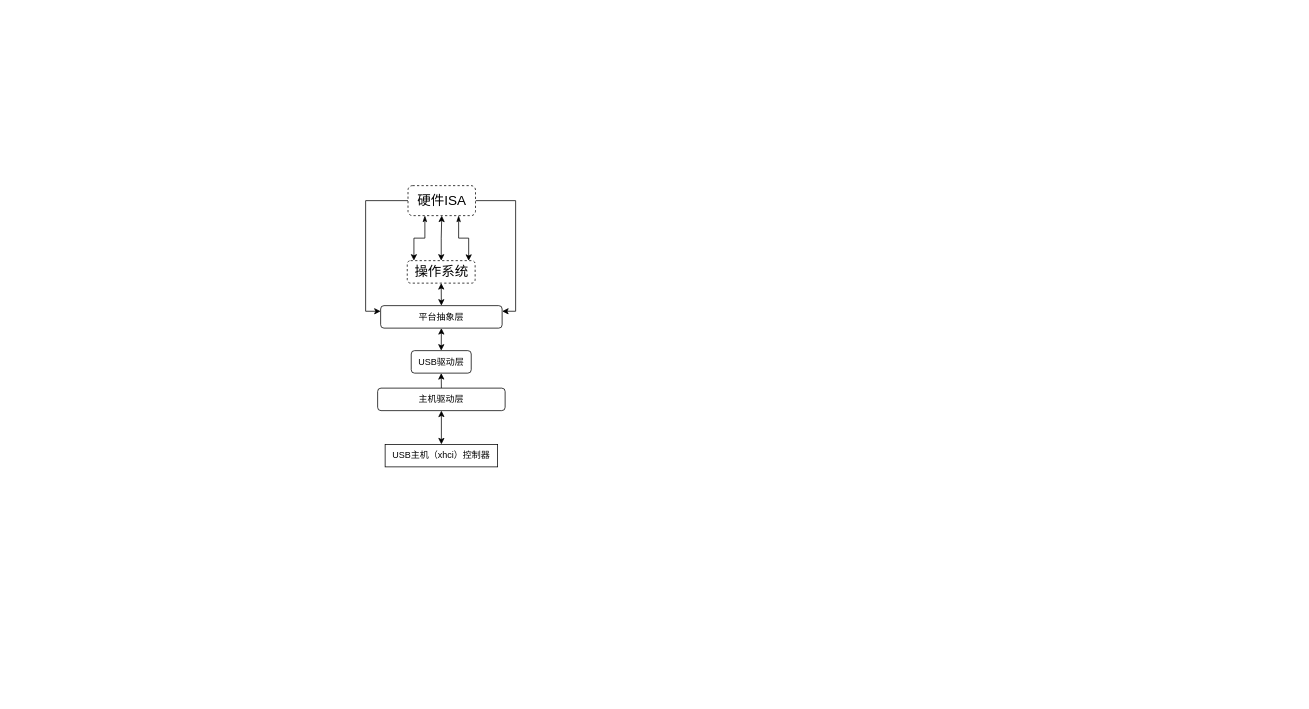
Before: article/figures/reduced_main_arch.drawio in dbydd/UUSBDriver, a draw.io diagram. Source tidied: cells renumbered, new cells numbered last; positions are measured from the earlier drawing's top-left corner, leaving out a move shared by most shapes. Both pictures are drawn from the tidied source at 75%, with x=0, y=0 at pixel (377, 185).
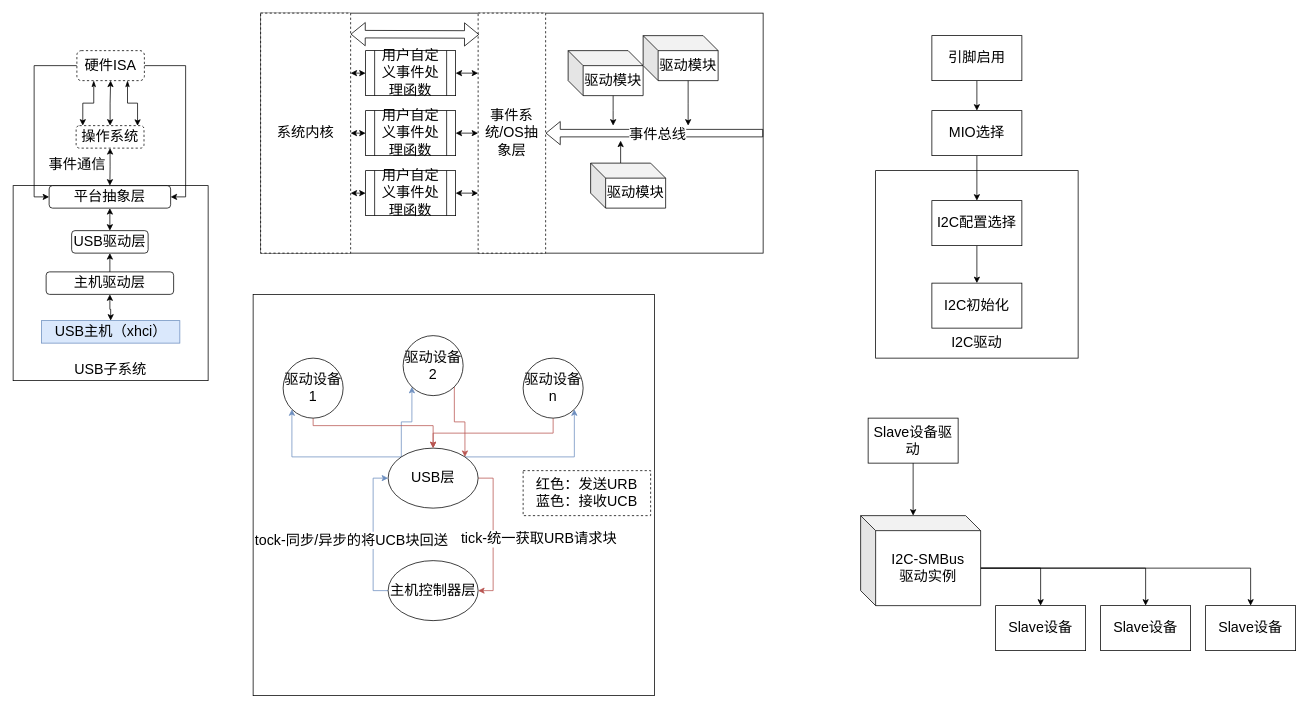
The same diagram, later.

Diff of the diagram source:
```diff
@@
+    <mxCell id="17" style="whiteSpace=wrap;html=1;fontSize=19;" parent="1" vertex="1">
+      <mxGeometry x="-166" y="145" width="535" height="535" as="geometry" />
+    </mxCell>
+    <mxCell id="18" style="group;fontSize=19;" parent="1" vertex="1">
+      <mxGeometry x="-486" y="-180" width="260" height="440" as="geometry" />
+    </mxCell>
+    <mxCell id="19" style="whiteSpace=wrap;html=1;fontSize=19;" parent="18" vertex="1">
+      <mxGeometry y="180" width="260" height="260" as="geometry" />
+    </mxCell>
-    <mxCell id="2" style="edgeStyle=orthogonalEdgeStyle;rounded=0;jettySize=auto;html=1;entryX=0.5;entryY=1;entryDx=0;entryDy=0;startArrow=classic;startFill=1;" parent="1" edge="1" source="4" target="7">
+    <mxCell id="2" style="edgeStyle=orthogonalEdgeStyle;rounded=0;jettySize=auto;html=1;entryX=0.5;entryY=1;entryDx=0;entryDy=0;startArrow=classic;startFill=1;fontSize=19;" parent="18" edge="1" source="4" target="7">
       <mxGeometry relative="1" as="geometry" />
     </mxCell>
-    <mxCell id="3" style="edgeStyle=orthogonalEdgeStyle;rounded=0;jettySize=auto;html=1;exitX=0.5;exitY=1;exitDx=0;exitDy=0;entryX=0.5;entryY=0;entryDx=0;entryDy=0;startArrow=classic;startFill=1;" parent="1" edge="1" source="4" target="16">
+    <mxCell id="3" style="edgeStyle=orthogonalEdgeStyle;rounded=0;jettySize=auto;html=1;exitX=0.5;exitY=1;exitDx=0;exitDy=0;entryX=0.5;entryY=0;entryDx=0;entryDy=0;startArrow=classic;startFill=1;fontSize=19;" parent="18" edge="1" source="4" target="16">
       <mxGeometry relative="1" as="geometry" />
     </mxCell>
+    <mxCell id="20" value="事件通信" style="edgeLabel;html=1;align=center;verticalAlign=middle;fontSize=19;" parent="3" vertex="1">
+      <mxGeometry x="-0.16" y="-1" relative="1" as="geometry">
+        <mxPoint x="-44" as="offset" />
+      </mxGeometry>
+    </mxCell>
-    <mxCell id="4" value="&lt;font style=&quot;font-size: 18px;&quot;&gt;操作系统&lt;/font&gt;" style="rounded=1;whiteSpace=wrap;html=1;dashed=1;" parent="1" vertex="1">
-      <mxGeometry x="39.5" y="100" width="90.5" height="30" as="geometry" />
+    <mxCell id="4" value="&lt;font style=&quot;font-size: 19px;&quot;&gt;操作系统&lt;/font&gt;" style="rounded=1;whiteSpace=wrap;html=1;dashed=1;fontSize=19;" parent="18" vertex="1">
+      <mxGeometry x="84" y="100" width="90.5" height="30" as="geometry" />
     </mxCell>
-    <mxCell id="5" style="edgeStyle=orthogonalEdgeStyle;rounded=0;jettySize=auto;html=1;exitX=0;exitY=0.5;exitDx=0;exitDy=0;entryX=0;entryY=0.25;entryDx=0;entryDy=0;" parent="1" edge="1" source="7" target="16">
-      <mxGeometry relative="1" as="geometry" />
-    </mxCell>
-    <mxCell id="6" style="edgeStyle=orthogonalEdgeStyle;rounded=0;jettySize=auto;html=1;exitX=1;exitY=0.5;exitDx=0;exitDy=0;entryX=1;entryY=0.25;entryDx=0;entryDy=0;" parent="1" edge="1" source="7" target="16">
-      <mxGeometry relative="1" as="geometry">
-        <Array as="points">
-          <mxPoint x="184" y="20" />
-          <mxPoint x="184" y="168" />
-        </Array>
-      </mxGeometry>
-    </mxCell>
+    <mxCell id="21" style="edgeStyle=orthogonalEdgeStyle;rounded=0;jettySize=auto;html=1;exitX=0;exitY=0.5;exitDx=0;exitDy=0;entryX=0;entryY=0.5;entryDx=0;entryDy=0;" parent="18" edge="1" source="7" target="16">
+      <mxGeometry relative="1" as="geometry" />
+    </mxCell>
+    <mxCell id="22" style="edgeStyle=orthogonalEdgeStyle;rounded=0;jettySize=auto;html=1;exitX=1;exitY=0.5;exitDx=0;exitDy=0;entryX=1;entryY=0.5;entryDx=0;entryDy=0;" parent="18" edge="1" source="7" target="16">
+      <mxGeometry relative="1" as="geometry">
+        <Array as="points">
+          <mxPoint x="230" y="20" />
+          <mxPoint x="230" y="195" />
+        </Array>
+      </mxGeometry>
+    </mxCell>
-    <mxCell id="7" value="&lt;font style=&quot;font-size: 18px;&quot;&gt;硬件ISA&lt;/font&gt;" style="rounded=1;whiteSpace=wrap;html=1;dashed=1;" parent="1" vertex="1">
-      <mxGeometry x="40.5" width="90" height="40" as="geometry" />
+    <mxCell id="7" value="&lt;font style=&quot;font-size: 19px;&quot;&gt;硬件ISA&lt;/font&gt;" style="rounded=1;whiteSpace=wrap;html=1;dashed=1;fontSize=19;" parent="18" vertex="1">
+      <mxGeometry x="85" width="90" height="40" as="geometry" />
     </mxCell>
-    <mxCell id="8" style="edgeStyle=orthogonalEdgeStyle;rounded=0;jettySize=auto;html=1;exitX=0.25;exitY=1;exitDx=0;exitDy=0;entryX=0.098;entryY=0;entryDx=0;entryDy=0;entryPerimeter=0;startArrow=classicThin;startFill=1;" parent="1" edge="1" source="7" target="4">
+    <mxCell id="8" style="edgeStyle=orthogonalEdgeStyle;rounded=0;jettySize=auto;html=1;exitX=0.25;exitY=1;exitDx=0;exitDy=0;entryX=0.098;entryY=0;entryDx=0;entryDy=0;entryPerimeter=0;startArrow=classicThin;startFill=1;fontSize=19;" parent="18" edge="1" source="7" target="4">
       <mxGeometry relative="1" as="geometry" />
     </mxCell>
-    <mxCell id="9" style="edgeStyle=orthogonalEdgeStyle;rounded=0;jettySize=auto;html=1;exitX=0.75;exitY=1;exitDx=0;exitDy=0;entryX=0.905;entryY=0.008;entryDx=0;entryDy=0;entryPerimeter=0;startArrow=classicThin;startFill=1;" parent="1" edge="1" source="7" target="4">
+    <mxCell id="9" style="edgeStyle=orthogonalEdgeStyle;rounded=0;jettySize=auto;html=1;exitX=0.75;exitY=1;exitDx=0;exitDy=0;entryX=0.905;entryY=0.008;entryDx=0;entryDy=0;entryPerimeter=0;startArrow=classicThin;startFill=1;fontSize=19;" parent="18" edge="1" source="7" target="4">
       <mxGeometry relative="1" as="geometry" />
     </mxCell>
-    <mxCell id="10" value="USB驱动层" style="rounded=1;whiteSpace=wrap;html=1;" parent="1" vertex="1">
-      <mxGeometry x="44.8" y="220" width="80" height="30" as="geometry" />
+    <mxCell id="10" value="USB驱动层" style="rounded=1;whiteSpace=wrap;html=1;fontSize=19;" parent="18" vertex="1">
+      <mxGeometry x="78" y="240" width="102" height="30" as="geometry" />
     </mxCell>
-    <mxCell id="11" style="edgeStyle=orthogonalEdgeStyle;rounded=0;jettySize=auto;html=1;entryX=0.5;entryY=0;entryDx=0;entryDy=0;startArrow=classic;startFill=1;" parent="1" edge="1" source="13" target="14">
+    <mxCell id="11" style="edgeStyle=orthogonalEdgeStyle;rounded=0;jettySize=auto;html=1;entryX=0.5;entryY=0;entryDx=0;entryDy=0;startArrow=classic;startFill=1;fontSize=19;" parent="18" edge="1" source="13" target="14">
       <mxGeometry relative="1" as="geometry" />
     </mxCell>
-    <mxCell id="12" style="edgeStyle=orthogonalEdgeStyle;rounded=0;jettySize=auto;html=1;exitX=0.5;exitY=0;exitDx=0;exitDy=0;entryX=0.5;entryY=1;entryDx=0;entryDy=0;" parent="1" edge="1" source="13" target="10">
+    <mxCell id="12" style="edgeStyle=orthogonalEdgeStyle;rounded=0;jettySize=auto;html=1;exitX=0.5;exitY=0;exitDx=0;exitDy=0;entryX=0.5;entryY=1;entryDx=0;entryDy=0;fontSize=19;" parent="18" edge="1" source="13" target="10">
       <mxGeometry relative="1" as="geometry" />
     </mxCell>
-    <mxCell id="13" value="主机驱动层" style="rounded=1;whiteSpace=wrap;html=1;strokeColor=default;" parent="1" vertex="1">
-      <mxGeometry y="270" width="170" height="30" as="geometry" />
+    <mxCell id="13" value="主机驱动层" style="rounded=1;whiteSpace=wrap;html=1;fontSize=19;" parent="18" vertex="1">
+      <mxGeometry x="44" y="295" width="170" height="30" as="geometry" />
     </mxCell>
-    <mxCell id="14" value="USB主机（xhci）控制器" style="rounded=0;whiteSpace=wrap;html=1;" parent="1" vertex="1">
-      <mxGeometry x="10" y="345" width="150" height="30" as="geometry" />
+    <mxCell id="14" value="USB主机（xhci）" style="rounded=0;whiteSpace=wrap;html=1;fontSize=19;fillColor=#dae8fc;strokeColor=#6c8ebf;" parent="18" vertex="1">
+      <mxGeometry x="37.8" y="360" width="184.5" height="30" as="geometry" />
     </mxCell>
-    <mxCell id="15" style="edgeStyle=orthogonalEdgeStyle;rounded=0;jettySize=auto;html=1;exitX=0.5;exitY=1;exitDx=0;exitDy=0;entryX=0.5;entryY=0;entryDx=0;entryDy=0;startArrow=classic;startFill=1;" parent="1" edge="1" source="16" target="10">
+    <mxCell id="15" style="edgeStyle=orthogonalEdgeStyle;rounded=0;jettySize=auto;html=1;exitX=0.5;exitY=1;exitDx=0;exitDy=0;entryX=0.5;entryY=0;entryDx=0;entryDy=0;startArrow=classic;startFill=1;fontSize=19;" parent="18" edge="1" source="16" target="10">
       <mxGeometry relative="1" as="geometry" />
     </mxCell>
-    <mxCell id="16" value="平台抽象层" style="rounded=1;whiteSpace=wrap;html=1;" parent="1" vertex="1">
-      <mxGeometry x="4" y="160" width="162" height="30" as="geometry" />
+    <mxCell id="16" value="平台抽象层" style="rounded=1;whiteSpace=wrap;html=1;fontSize=19;" parent="18" vertex="1">
+      <mxGeometry x="48" y="180" width="162" height="30" as="geometry" />
     </mxCell>
+    <mxCell id="23" value="USB子系统" style="text;html=1;align=center;verticalAlign=middle;whiteSpace=wrap;rounded=0;fontSize=19;" parent="18" vertex="1">
+      <mxGeometry x="80" y="410" width="100" height="30" as="geometry" />
+    </mxCell>
+    <mxCell id="24" style="group;fontSize=19;" parent="1" vertex="1">
+      <mxGeometry x="-156" y="-230" width="670" height="320" as="geometry" />
+    </mxCell>
+    <mxCell id="25" style="rounded=0;whiteSpace=wrap;html=1;fontSize=19;" parent="24" vertex="1">
+      <mxGeometry width="670" height="320" as="geometry" />
+    </mxCell>
+    <mxCell id="26" style="edgeStyle=orthogonalEdgeStyle;rounded=0;jettySize=auto;html=1;exitX=0;exitY=0.25;exitDx=0;exitDy=0;entryX=1;entryY=0.5;entryDx=0;entryDy=0;startArrow=classic;startFill=1;fontSize=19;" parent="24" edge="1" source="29" target="36">
+      <mxGeometry relative="1" as="geometry" />
+    </mxCell>
+    <mxCell id="27" style="edgeStyle=orthogonalEdgeStyle;rounded=0;jettySize=auto;html=1;exitX=0;exitY=0.5;exitDx=0;exitDy=0;entryX=1;entryY=0.5;entryDx=0;entryDy=0;startArrow=classic;startFill=1;fontSize=19;" parent="24" edge="1" source="29" target="32">
+      <mxGeometry relative="1" as="geometry" />
+    </mxCell>
+    <mxCell id="28" style="edgeStyle=orthogonalEdgeStyle;rounded=0;jettySize=auto;html=1;exitX=0;exitY=0.75;exitDx=0;exitDy=0;entryX=1;entryY=0.5;entryDx=0;entryDy=0;startArrow=classic;startFill=1;fontSize=19;" parent="24" edge="1" source="29" target="34">
+      <mxGeometry relative="1" as="geometry" />
+    </mxCell>
+    <mxCell id="29" value="事件系统/OS抽象层" style="rounded=0;whiteSpace=wrap;html=1;dashed=1;fontSize=19;" parent="24" vertex="1">
+      <mxGeometry x="290" width="90" height="320" as="geometry" />
+    </mxCell>
+    <mxCell id="30" value="系统内核" style="rounded=0;whiteSpace=wrap;html=1;dashed=1;fontSize=19;" parent="24" vertex="1">
+      <mxGeometry width="120" height="320" as="geometry" />
+    </mxCell>
+    <mxCell id="31" style="edgeStyle=orthogonalEdgeStyle;rounded=0;jettySize=auto;html=1;exitX=0;exitY=0.5;exitDx=0;exitDy=0;entryX=1;entryY=0.5;entryDx=0;entryDy=0;startArrow=classic;startFill=1;fontSize=19;" parent="24" edge="1" source="32" target="30">
+      <mxGeometry relative="1" as="geometry" />
+    </mxCell>
+    <mxCell id="32" value="用户自定义事件处理函数" style="shape=process;whiteSpace=wrap;html=1;backgroundOutline=1;fontSize=19;" parent="24" vertex="1">
+      <mxGeometry x="140" y="130" width="120" height="60" as="geometry" />
+    </mxCell>
+    <mxCell id="33" style="edgeStyle=orthogonalEdgeStyle;rounded=0;jettySize=auto;html=1;exitX=0;exitY=0.5;exitDx=0;exitDy=0;entryX=1;entryY=0.75;entryDx=0;entryDy=0;startArrow=classic;startFill=1;fontSize=19;" parent="24" edge="1" source="34" target="30">
+      <mxGeometry relative="1" as="geometry" />
+    </mxCell>
+    <mxCell id="34" value="用户自定义事件处理函数" style="shape=process;whiteSpace=wrap;html=1;backgroundOutline=1;fontSize=19;" parent="24" vertex="1">
+      <mxGeometry x="140" y="210" width="120" height="60" as="geometry" />
+    </mxCell>
+    <mxCell id="35" style="edgeStyle=orthogonalEdgeStyle;rounded=0;jettySize=auto;html=1;exitX=0;exitY=0.5;exitDx=0;exitDy=0;entryX=1;entryY=0.25;entryDx=0;entryDy=0;startArrow=classic;startFill=1;fontSize=19;" parent="24" edge="1" source="36" target="30">
+      <mxGeometry relative="1" as="geometry" />
+    </mxCell>
+    <mxCell id="36" value="用户自定义事件处理函数" style="shape=process;whiteSpace=wrap;html=1;backgroundOutline=1;fontSize=19;" parent="24" vertex="1">
+      <mxGeometry x="140" y="50" width="120" height="60" as="geometry" />
+    </mxCell>
+    <mxCell id="37" style="edgeStyle=orthogonalEdgeStyle;rounded=0;jettySize=auto;html=1;exitX=0;exitY=0;exitDx=60;exitDy=50;exitPerimeter=0;fontSize=19;" parent="24" edge="1" source="38">
+      <mxGeometry relative="1" as="geometry">
+        <mxPoint x="470" y="150" as="targetPoint" />
+      </mxGeometry>
+    </mxCell>
+    <mxCell id="38" value="驱动模块" style="shape=cube;whiteSpace=wrap;html=1;boundedLbl=1;backgroundOutline=1;darkOpacity=0.05;darkOpacity2=0.1;fontSize=19;" parent="24" vertex="1">
+      <mxGeometry x="410" y="50" width="100" height="60" as="geometry" />
+    </mxCell>
+    <mxCell id="39" style="shape=flexArrow;endArrow=classic;startArrow=classic;html=1;rounded=0;entryX=0.015;entryY=0.089;entryDx=0;entryDy=0;entryPerimeter=0;fontSize=19;" parent="24" edge="1" target="29">
+      <mxGeometry relative="1" as="geometry">
+        <mxPoint x="120" y="28" as="sourcePoint" />
+      </mxGeometry>
+    </mxCell>
+    <mxCell id="40" style="shape=flexArrow;endArrow=classic;html=1;rounded=0;entryX=1;entryY=0.5;entryDx=0;entryDy=0;exitX=1;exitY=0.5;exitDx=0;exitDy=0;fontSize=19;" parent="24" edge="1" source="25" target="29">
+      <mxGeometry relative="1" as="geometry" />
+    </mxCell>
+    <mxCell id="41" value="事件总线" style="edgeLabel;html=1;align=center;verticalAlign=middle;fontSize=19;" parent="40" vertex="1">
+      <mxGeometry x="-0.02" y="1" relative="1" as="geometry" />
+    </mxCell>
+    <mxCell id="42" style="edgeStyle=orthogonalEdgeStyle;rounded=0;jettySize=auto;html=1;exitX=0;exitY=0;exitDx=60;exitDy=50;exitPerimeter=0;fontSize=19;" parent="24" edge="1" source="43">
+      <mxGeometry relative="1" as="geometry">
+        <mxPoint x="570" y="150" as="targetPoint" />
+      </mxGeometry>
+    </mxCell>
+    <mxCell id="43" value="驱动模块" style="shape=cube;whiteSpace=wrap;html=1;boundedLbl=1;backgroundOutline=1;darkOpacity=0.05;darkOpacity2=0.1;fontSize=19;" parent="24" vertex="1">
+      <mxGeometry x="510" y="30" width="100" height="60" as="geometry" />
+    </mxCell>
+    <mxCell id="44" style="edgeStyle=orthogonalEdgeStyle;rounded=0;jettySize=auto;html=1;exitX=0;exitY=0;exitDx=40;exitDy=0;exitPerimeter=0;fontSize=19;" parent="24" edge="1" source="45">
+      <mxGeometry relative="1" as="geometry">
+        <mxPoint x="480" y="170" as="targetPoint" />
+      </mxGeometry>
+    </mxCell>
+    <mxCell id="45" value="驱动模块" style="shape=cube;whiteSpace=wrap;html=1;boundedLbl=1;backgroundOutline=1;darkOpacity=0.05;darkOpacity2=0.1;fontSize=19;" parent="24" vertex="1">
+      <mxGeometry x="440" y="200" width="100" height="60" as="geometry" />
+    </mxCell>
+    <mxCell id="46" style="edgeStyle=orthogonalEdgeStyle;rounded=0;jettySize=auto;html=1;exitX=1;exitY=0.5;exitDx=0;exitDy=0;entryX=1;entryY=0.5;entryDx=0;entryDy=0;fillColor=#f8cecc;strokeColor=#b85450;fontSize=19;" parent="1" edge="1" source="51" target="54">
+      <mxGeometry relative="1" as="geometry" />
+    </mxCell>
+    <mxCell id="47" value="tick-统一获取URB请求块" style="edgeLabel;html=1;align=center;verticalAlign=middle;fontSize=19;" parent="46" vertex="1">
+      <mxGeometry x="0.05" y="1" relative="1" as="geometry">
+        <mxPoint x="59" as="offset" />
+      </mxGeometry>
+    </mxCell>
+    <mxCell id="48" style="edgeStyle=orthogonalEdgeStyle;rounded=0;jettySize=auto;html=1;exitX=0;exitY=0;exitDx=0;exitDy=0;entryX=0;entryY=1;entryDx=0;entryDy=0;fillColor=#dae8fc;strokeColor=#6c8ebf;fontSize=19;" parent="1" edge="1" source="51" target="58">
+      <mxGeometry relative="1" as="geometry" />
+    </mxCell>
+    <mxCell id="49" style="edgeStyle=orthogonalEdgeStyle;rounded=0;jettySize=auto;html=1;exitX=0;exitY=0;exitDx=0;exitDy=0;entryX=0;entryY=1;entryDx=0;entryDy=0;fillColor=#dae8fc;strokeColor=#6c8ebf;fontSize=19;" parent="1" edge="1" source="51" target="56">
+      <mxGeometry relative="1" as="geometry" />
+    </mxCell>
+    <mxCell id="50" style="edgeStyle=orthogonalEdgeStyle;rounded=0;jettySize=auto;html=1;exitX=1;exitY=0;exitDx=0;exitDy=0;entryX=1;entryY=1;entryDx=0;entryDy=0;fillColor=#dae8fc;strokeColor=#6c8ebf;fontSize=19;" parent="1" edge="1" source="51" target="60">
+      <mxGeometry relative="1" as="geometry" />
+    </mxCell>
+    <mxCell id="51" value="USB层" style="ellipse;whiteSpace=wrap;html=1;fontSize=19;" parent="1" vertex="1">
+      <mxGeometry x="14" y="350" width="120" height="80" as="geometry" />
+    </mxCell>
+    <mxCell id="52" style="edgeStyle=orthogonalEdgeStyle;rounded=0;jettySize=auto;html=1;entryX=0;entryY=0.5;entryDx=0;entryDy=0;exitX=0;exitY=0.5;exitDx=0;exitDy=0;fillColor=#dae8fc;strokeColor=#6c8ebf;fontSize=19;" parent="1" edge="1" source="54" target="51">
+      <mxGeometry relative="1" as="geometry" />
+    </mxCell>
+    <mxCell id="53" value="tock-同步/异步的将UCB块回送" style="edgeLabel;html=1;align=center;verticalAlign=middle;fontSize=19;" parent="52" vertex="1">
+      <mxGeometry x="-0.07" relative="1" as="geometry">
+        <mxPoint x="-30" as="offset" />
+      </mxGeometry>
+    </mxCell>
+    <mxCell id="54" value="主机控制器层" style="ellipse;whiteSpace=wrap;html=1;fontSize=19;" parent="1" vertex="1">
+      <mxGeometry x="14" y="500" width="120" height="80" as="geometry" />
+    </mxCell>
+    <mxCell id="55" style="edgeStyle=orthogonalEdgeStyle;rounded=0;jettySize=auto;html=1;exitX=0.5;exitY=1;exitDx=0;exitDy=0;entryX=0.5;entryY=0;entryDx=0;entryDy=0;fillColor=#f8cecc;strokeColor=#b85450;fontSize=19;" parent="1" edge="1" source="56" target="51">
+      <mxGeometry relative="1" as="geometry">
+        <Array as="points">
+          <mxPoint x="-86" y="320" />
+          <mxPoint x="74" y="320" />
+        </Array>
+      </mxGeometry>
+    </mxCell>
+    <mxCell id="56" value="驱动设备1" style="ellipse;whiteSpace=wrap;html=1;fontSize=19;" parent="1" vertex="1">
+      <mxGeometry x="-126" y="230" width="80" height="80" as="geometry" />
+    </mxCell>
+    <mxCell id="57" style="edgeStyle=orthogonalEdgeStyle;rounded=0;jettySize=auto;html=1;exitX=1;exitY=1;exitDx=0;exitDy=0;entryX=1;entryY=0;entryDx=0;entryDy=0;fillColor=#f8cecc;strokeColor=#b85450;fontSize=19;" parent="1" edge="1" source="58" target="51">
+      <mxGeometry relative="1" as="geometry" />
+    </mxCell>
+    <mxCell id="58" value="驱动设备2" style="ellipse;whiteSpace=wrap;html=1;fontSize=19;" parent="1" vertex="1">
+      <mxGeometry x="34" y="200" width="80" height="80" as="geometry" />
+    </mxCell>
+    <mxCell id="59" style="edgeStyle=orthogonalEdgeStyle;rounded=0;jettySize=auto;html=1;exitX=0.5;exitY=1;exitDx=0;exitDy=0;entryX=0.5;entryY=0;entryDx=0;entryDy=0;fillColor=#f8cecc;strokeColor=#b85450;fontSize=19;" parent="1" edge="1" source="60" target="51">
+      <mxGeometry relative="1" as="geometry" />
+    </mxCell>
+    <mxCell id="60" value="驱动设备n" style="ellipse;whiteSpace=wrap;html=1;fontSize=19;" parent="1" vertex="1">
+      <mxGeometry x="194" y="230" width="80" height="80" as="geometry" />
+    </mxCell>
+    <mxCell id="61" value="红色：发送URB&lt;div style=&quot;font-size: 19px;&quot;&gt;蓝色：接收UCB&lt;/div&gt;" style="rounded=0;whiteSpace=wrap;html=1;dashed=1;fontSize=19;" parent="1" vertex="1">
+      <mxGeometry x="194" y="380" width="170" height="60" as="geometry" />
+    </mxCell>
+    <mxCell id="62" style="rounded=0;whiteSpace=wrap;html=1;fontSize=19;" parent="1" vertex="1">
+      <mxGeometry x="664" y="-20" width="270" height="250" as="geometry" />
+    </mxCell>
+    <mxCell id="63" style="edgeStyle=orthogonalEdgeStyle;rounded=0;jettySize=auto;html=1;exitX=0.5;exitY=1;exitDx=0;exitDy=0;entryX=0.5;entryY=0;entryDx=0;entryDy=0;fontSize=19;" parent="1" edge="1" source="64" target="68">
+      <mxGeometry relative="1" as="geometry" />
+    </mxCell>
+    <mxCell id="64" value="MIO选择" style="rounded=0;whiteSpace=wrap;html=1;fontSize=19;" parent="1" vertex="1">
+      <mxGeometry x="739" y="-100" width="120" height="60" as="geometry" />
+    </mxCell>
+    <mxCell id="65" style="edgeStyle=orthogonalEdgeStyle;rounded=0;jettySize=auto;html=1;exitX=0.5;exitY=1;exitDx=0;exitDy=0;entryX=0.5;entryY=0;entryDx=0;entryDy=0;fontSize=19;" parent="1" edge="1" source="66" target="64">
+      <mxGeometry relative="1" as="geometry" />
+    </mxCell>
+    <mxCell id="66" value="引脚启用" style="rounded=0;whiteSpace=wrap;html=1;fontSize=19;" parent="1" vertex="1">
+      <mxGeometry x="739" y="-200" width="120" height="60" as="geometry" />
+    </mxCell>
+    <mxCell id="67" style="edgeStyle=orthogonalEdgeStyle;rounded=0;jettySize=auto;html=1;exitX=0.5;exitY=1;exitDx=0;exitDy=0;entryX=0.5;entryY=0;entryDx=0;entryDy=0;fontSize=19;" parent="1" edge="1" source="68" target="69">
+      <mxGeometry relative="1" as="geometry" />
+    </mxCell>
+    <mxCell id="68" value="I2C配置选择" style="rounded=0;whiteSpace=wrap;html=1;fontSize=19;" parent="1" vertex="1">
+      <mxGeometry x="739" y="20" width="120" height="60" as="geometry" />
+    </mxCell>
+    <mxCell id="69" value="I2C初始化" style="rounded=0;whiteSpace=wrap;html=1;fontSize=19;" parent="1" vertex="1">
+      <mxGeometry x="739" y="130" width="120" height="60" as="geometry" />
+    </mxCell>
+    <mxCell id="70" style="edgeStyle=orthogonalEdgeStyle;rounded=0;jettySize=auto;html=1;exitX=0;exitY=0;exitDx=160;exitDy=70;exitPerimeter=0;entryX=0.5;entryY=0;entryDx=0;entryDy=0;" parent="1" edge="1" source="73" target="77">
+      <mxGeometry relative="1" as="geometry" />
+    </mxCell>
+    <mxCell id="71" style="edgeStyle=orthogonalEdgeStyle;rounded=0;jettySize=auto;html=1;exitX=0;exitY=0;exitDx=160;exitDy=70;exitPerimeter=0;entryX=0.5;entryY=0;entryDx=0;entryDy=0;" parent="1" edge="1" source="73" target="79">
+      <mxGeometry relative="1" as="geometry" />
+    </mxCell>
+    <mxCell id="72" style="edgeStyle=orthogonalEdgeStyle;rounded=0;jettySize=auto;html=1;exitX=0;exitY=0;exitDx=160;exitDy=70;exitPerimeter=0;entryX=0.5;entryY=0;entryDx=0;entryDy=0;" parent="1" edge="1" source="73" target="78">
+      <mxGeometry relative="1" as="geometry" />
+    </mxCell>
+    <mxCell id="73" value="I2C-SMBus&lt;div&gt;驱动实例&lt;/div&gt;" style="shape=cube;whiteSpace=wrap;html=1;boundedLbl=1;backgroundOutline=1;darkOpacity=0.05;darkOpacity2=0.1;fontSize=19;" parent="1" vertex="1">
+      <mxGeometry x="644" y="440" width="160" height="120" as="geometry" />
+    </mxCell>
+    <mxCell id="74" value="I2C驱动" style="text;html=1;align=center;verticalAlign=middle;whiteSpace=wrap;rounded=0;fontSize=19;" parent="1" vertex="1">
+      <mxGeometry x="664" y="190" width="270" height="40" as="geometry" />
+    </mxCell>
+    <mxCell id="75" value="Slave设备驱动" style="rounded=0;whiteSpace=wrap;html=1;fontSize=19;" parent="1" vertex="1">
+      <mxGeometry x="654" y="310" width="120" height="60" as="geometry" />
+    </mxCell>
+    <mxCell id="76" style="edgeStyle=orthogonalEdgeStyle;rounded=0;jettySize=auto;html=1;exitX=0.5;exitY=1;exitDx=0;exitDy=0;entryX=0;entryY=0;entryDx=70;entryDy=0;entryPerimeter=0;" parent="1" edge="1" source="75" target="73">
+      <mxGeometry relative="1" as="geometry" />
+    </mxCell>
+    <mxCell id="77" value="Slave设备" style="rounded=0;whiteSpace=wrap;html=1;fontSize=19;" parent="1" vertex="1">
+      <mxGeometry x="824" y="560" width="120" height="60" as="geometry" />
+    </mxCell>
+    <mxCell id="78" value="Slave设备" style="rounded=0;whiteSpace=wrap;html=1;fontSize=19;" parent="1" vertex="1">
+      <mxGeometry x="1104" y="560" width="120" height="60" as="geometry" />
+    </mxCell>
+    <mxCell id="79" value="Slave设备" style="rounded=0;whiteSpace=wrap;html=1;fontSize=19;" parent="1" vertex="1">
+      <mxGeometry x="964" y="560" width="120" height="60" as="geometry" />
+    </mxCell>
```
